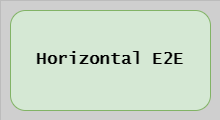
Before: docs/assets/testing/legend-he2e.drawio.png, a diagram exported from draw.io (ready-to-release/eac). Source tidied: cells renumbered, new cells last; positions are measured from the earlier drawing's top-left corner, leaving out a move shared by most shapes. Its diagram source:
```xml
<mxGraphModel background="#CFCFCF">
  <root>
    <mxCell id="0" />
    <mxCell id="1" parent="0" />
    <mxCell id="2" style="group;strokeColor=#616161;dashed=1;dashPattern=12 12;strokeWidth=0;" parent="1" vertex="1">
      <mxGeometry width="220" height="120" as="geometry" />
    </mxCell>
    <mxCell id="3" value="&lt;b&gt;&lt;font style=&quot;font-size: 17px;&quot; face=&quot;Lucida Console&quot;&gt;Horizontal E2E&lt;br&gt;&lt;/font&gt;&lt;/b&gt;" style="rounded=1;whiteSpace=wrap;html=1;fillColor=#d5e8d4;strokeColor=#82b366;" parent="1" vertex="1">
      <mxGeometry x="10" y="10" width="200" height="100" as="geometry" />
    </mxCell>
  </root>
</mxGraphModel>
```
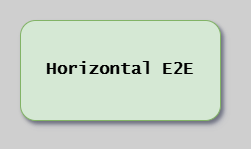
After the change.

Diff of the diagram source:
```diff
@@ -1,12 +1,12 @@
-<mxGraphModel background="#CFCFCF">
+<mxGraphModel background="#CFCFCF" shadow="1">
   <root>
     <mxCell id="0" />
     <mxCell id="1" parent="0" />
-    <mxCell id="2" style="group;strokeColor=#616161;dashed=1;dashPattern=12 12;strokeWidth=0;" parent="1" vertex="1">
-      <mxGeometry width="220" height="120" as="geometry" />
-    </mxCell>
-    <mxCell id="3" value="&lt;b&gt;&lt;font style=&quot;font-size: 17px;&quot; face=&quot;Lucida Console&quot;&gt;Horizontal E2E&lt;br&gt;&lt;/font&gt;&lt;/b&gt;" style="rounded=1;whiteSpace=wrap;html=1;fillColor=#d5e8d4;strokeColor=#82b366;" parent="1" vertex="1">
+    <mxCell id="3" value="&lt;b&gt;&lt;font style=&quot;font-size: 17px;&quot; face=&quot;Lucida Console&quot;&gt;Horizontal E2E&lt;br&gt;&lt;/font&gt;&lt;/b&gt;" style="rounded=1;whiteSpace=wrap;html=1;fillColor=#d5e8d4;strokeColor=#82b366;shadow=1;" parent="1" vertex="1">
       <mxGeometry x="10" y="10" width="200" height="100" as="geometry" />
     </mxCell>
+    <mxCell id="4" style="rounded=0;strokeColor=none;fillColor=none;" parent="1" vertex="1">
+      <mxGeometry x="-10" y="-10" width="240" height="138" as="geometry" />
+    </mxCell>
   </root>
 </mxGraphModel>
```
